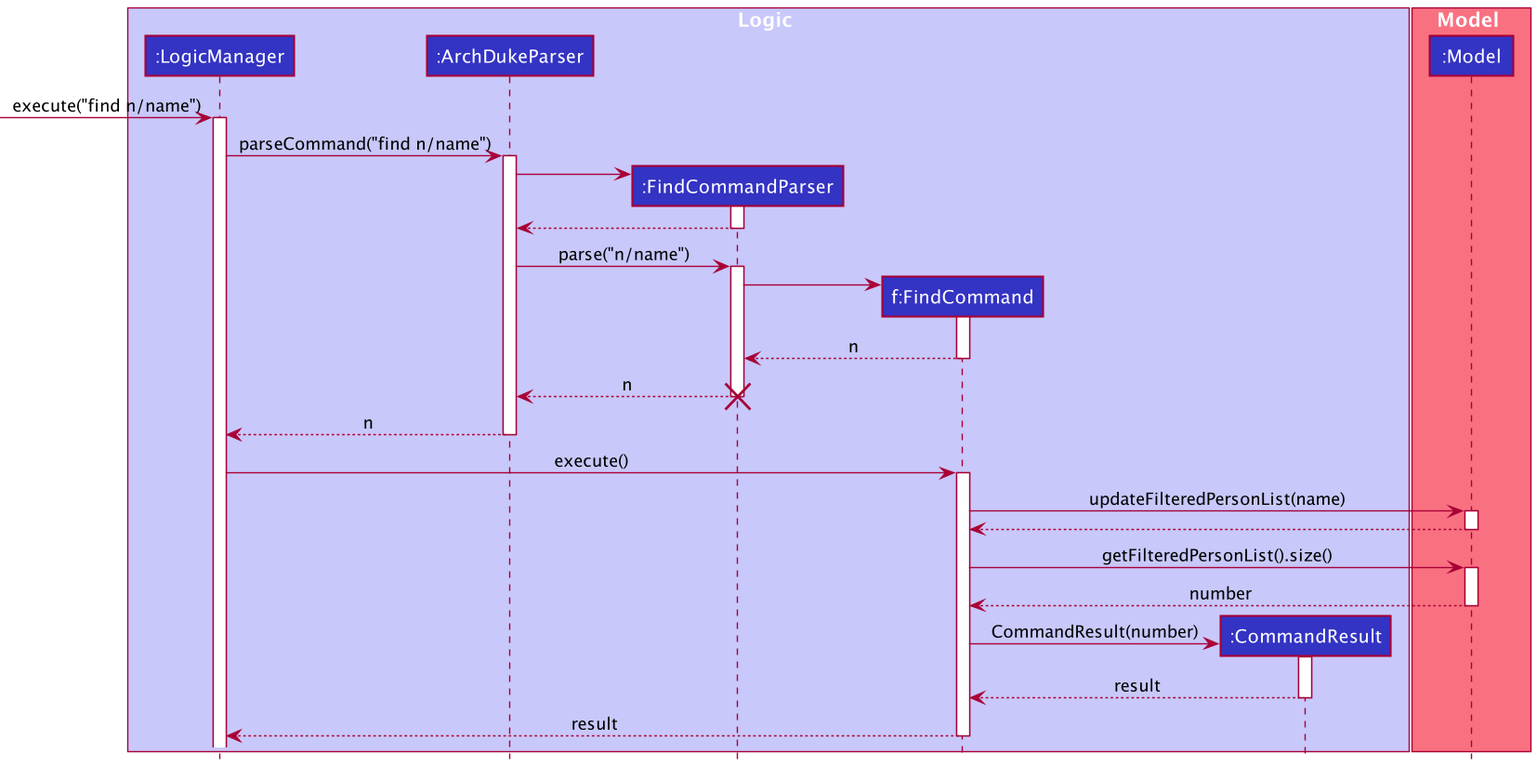
Before: docs/images/FindCommandSequenceDiagram.png, a diagram exported from PlantUML (nus-cs2103-AY2122S2/tp).
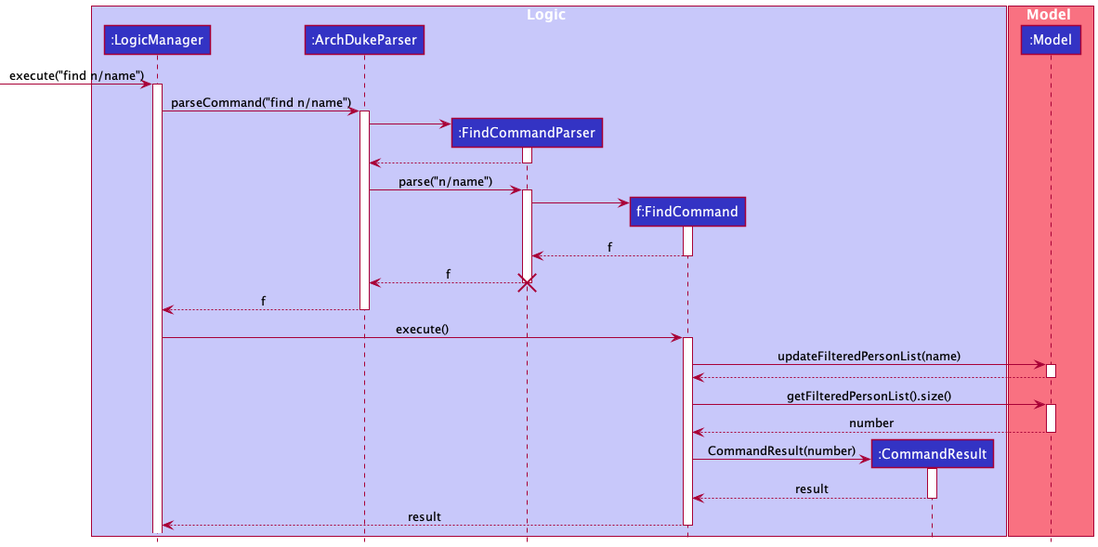
Later version of the same file.

Commit message:
Edit Sequence Diagram

Change to the diagram source:
```diff
@@ -35,13 +35,13 @@
 FindCommandParser -> fFindCommand
 activate fFindCommand
 
-fFindCommand --> FindCommandParser : n
+fFindCommand --> FindCommandParser : f
 deactivate fFindCommand
-FindCommandParser --> ArchDukeParser : n
+FindCommandParser --> ArchDukeParser : f
 
 destroy FindCommandParser
 
-ArchDukeParser --> LogicManager : n
+ArchDukeParser --> LogicManager : f
 deactivate ArchDukeParser
 
 LogicManager -> fFindCommand : execute()
```
